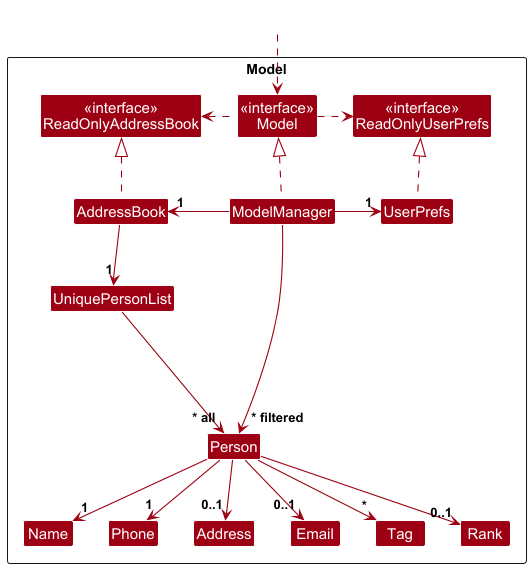
Before: docs/images/ModelClassDiagram.png, a diagram exported from PlantUML (Dumboiroy/tp).
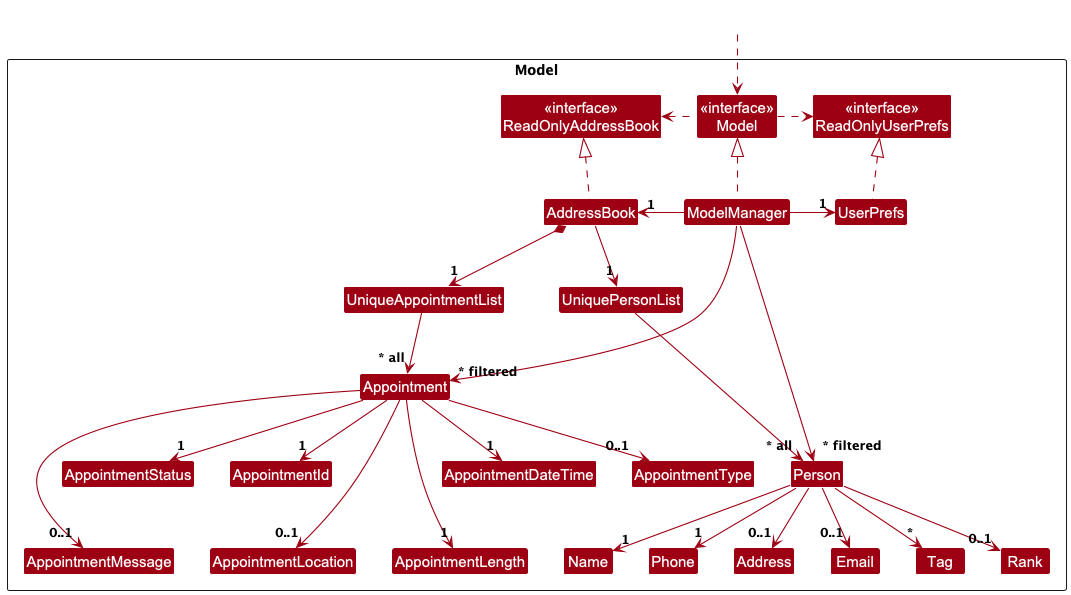
Later version of the same file.

Change to the diagram source:
```diff
@@ -20,6 +20,16 @@
 Class Phone
 Class Tag
 Class Rank
+
+Class UniqueAppointmentList
+Class Appointment
+Class AppointmentId
+Class AppointmentDateTime
+Class AppointmentLength
+Class AppointmentLocation
+Class AppointmentType
+Class AppointmentMessage
+Class AppointmentStatus
 
 Class I #FFFFFF
 }
@@ -53,4 +63,20 @@
 Address -[hidden]right-> Email
 
 ModelManager --> "~* filtered" Person
+
+AddressBook *--> "1" UniqueAppointmentList
+UniqueAppointmentList --> "~* all" Appointment
+Appointment --> "1"AppointmentStatus
+Appointment --> "1"AppointmentDateTime
+Appointment --> "1"AppointmentLength
+Appointment --> "1"AppointmentId
+Appointment --> "0..1"AppointmentLocation
+Appointment --> "0..1"AppointmentType
+Appointment --> "0..1"AppointmentMessage
+
+AppointmentLocation -[hidden]up-> AppointmentId
+AppointmentMessage -[hidden]up-> AppointmentStatus
+AppointmentLength -[hidden]up-> AppointmentType
+AppointmentDateTime -[hidden]left-> AppointmentStatus
+ModelManager --> "~* filtered" Appointment
 @enduml
```
